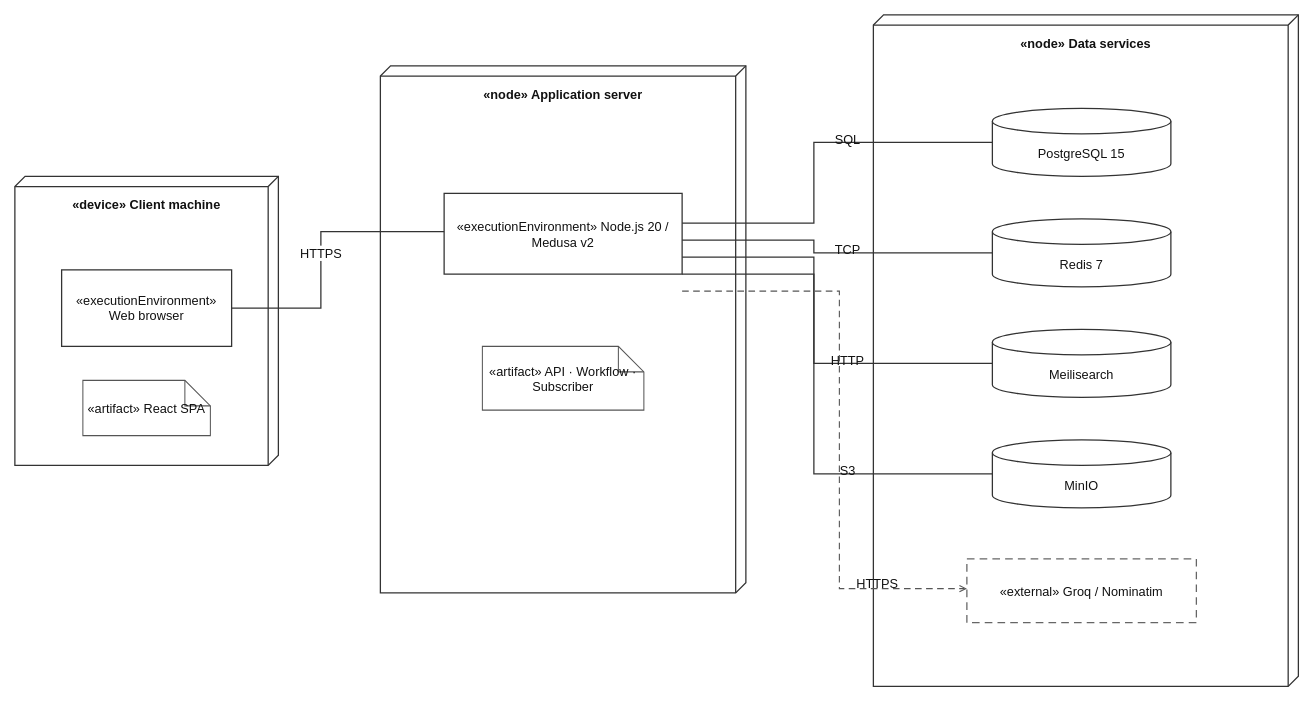
Above: docs/report/diagrams/deployment.drawio in pathust/mong.fruitboxz (draw.io), before the change. Source tidied: cells renumbered, new cells numbered last; positions are measured from the earlier drawing's top-left corner, leaving out a move shared by most shapes. Both pictures are drawn from the tidied source at 85%, with x=0, y=0 at pixel (14, 14).
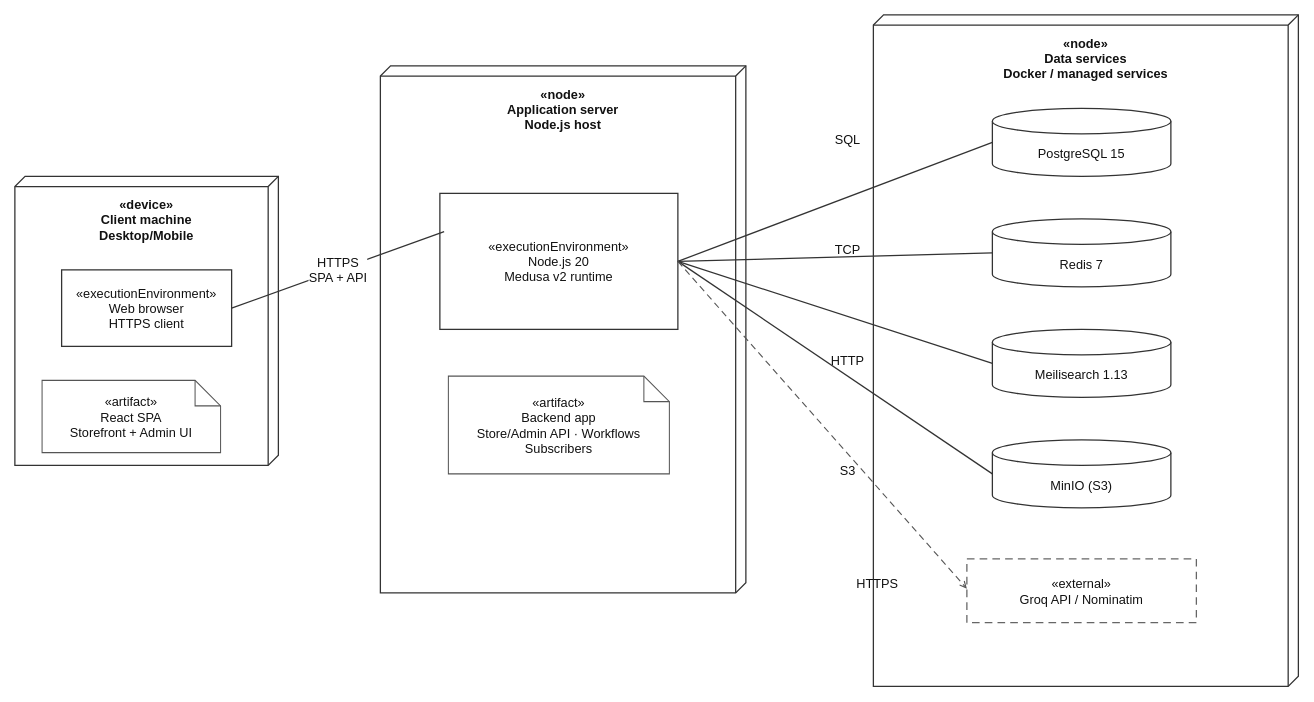
After the change.

The edit, as a diff of the source:
```diff
@@
-    <mxCell id="2" value="«device»&amp;#xa;Client machine" style="shape=cube;size=12;direction=south;whiteSpace=wrap;html=1;fillColor=#FFFFFF;strokeColor=#333333;strokeWidth=1.5;verticalAlign=top;spacingTop=18;fontStyle=1;fontFamily=Arial;fontSize=15;fontColor=#111111;" parent="1" vertex="1">
+    <mxCell id="2" value="«device»&#10;Client machine&#10;Desktop/Mobile" style="shape=cube;size=12;direction=south;whiteSpace=wrap;html=1;fillColor=#FFFFFF;strokeColor=#333333;strokeWidth=1.5;verticalAlign=top;spacingTop=18;fontStyle=1;fontFamily=Arial;fontSize=15;fontColor=#111111;" parent="1" vertex="1">
       <mxGeometry y="190" width="310" height="340" as="geometry" />
     </mxCell>
-    <mxCell id="3" value="«executionEnvironment»&amp;#xa;Web browser" style="rounded=0;whiteSpace=wrap;html=1;fillColor=#FFFFFF;strokeColor=#333333;strokeWidth=1.5;fontFamily=Arial;fontSize=15;fontColor=#111111;" parent="1" vertex="1">
+    <mxCell id="3" value="«executionEnvironment»&#10;Web browser&#10;HTTPS client" style="rounded=0;whiteSpace=wrap;html=1;fillColor=#FFFFFF;strokeColor=#333333;strokeWidth=1.5;fontFamily=Arial;fontSize=15;fontColor=#111111;" parent="1" vertex="1">
       <mxGeometry x="55" y="300" width="200" height="90" as="geometry" />
     </mxCell>
-    <mxCell id="4" value="«artifact»&amp;#xa;React SPA" style="shape=note;whiteSpace=wrap;html=1;backgroundOutline=1;fillColor=#FFFFFF;strokeColor=#555555;strokeWidth=1.2;fontFamily=Arial;fontSize=15;fontColor=#111111;" parent="1" vertex="1">
-      <mxGeometry x="80" y="430" width="150" height="65" as="geometry" />
+    <mxCell id="4" value="«artifact»&#10;React SPA&#10;Storefront + Admin UI" style="shape=note;whiteSpace=wrap;html=1;backgroundOutline=1;fillColor=#FFFFFF;strokeColor=#555555;strokeWidth=1.2;fontFamily=Arial;fontSize=15;fontColor=#111111;" parent="1" vertex="1">
+      <mxGeometry x="32" y="430" width="210" height="85" as="geometry" />
     </mxCell>
-    <mxCell id="5" value="«node»&amp;#xa;Application server" style="shape=cube;size=12;direction=south;whiteSpace=wrap;html=1;fillColor=#FFFFFF;strokeColor=#333333;strokeWidth=1.5;verticalAlign=top;spacingTop=18;fontStyle=1;fontFamily=Arial;fontSize=15;fontColor=#111111;" parent="1" vertex="1">
+    <mxCell id="5" value="«node»&#10;Application server&#10;Node.js host" style="shape=cube;size=12;direction=south;whiteSpace=wrap;html=1;fillColor=#FFFFFF;strokeColor=#333333;strokeWidth=1.5;verticalAlign=top;spacingTop=18;fontStyle=1;fontFamily=Arial;fontSize=15;fontColor=#111111;" parent="1" vertex="1">
       <mxGeometry x="430" y="60" width="430" height="620" as="geometry" />
     </mxCell>
-    <mxCell id="6" value="«executionEnvironment»&amp;#xa;Node.js 20 / Medusa v2" style="rounded=0;whiteSpace=wrap;html=1;fillColor=#FFFFFF;strokeColor=#333333;strokeWidth=1.5;fontFamily=Arial;fontSize=15;fontColor=#111111;" parent="1" vertex="1">
-      <mxGeometry x="505" y="210" width="280" height="95" as="geometry" />
+    <mxCell id="6" value="«executionEnvironment»&#10;Node.js 20&#10;Medusa v2 runtime" style="rounded=0;whiteSpace=wrap;html=1;fillColor=#FFFFFF;strokeColor=#333333;strokeWidth=1.5;fontFamily=Arial;fontSize=15;fontColor=#111111;" parent="1" vertex="1">
+      <mxGeometry x="500" y="210" width="280" height="160" as="geometry" />
     </mxCell>
-    <mxCell id="7" value="«artifact»&amp;#xa;API · Workflow · Subscriber" style="shape=note;whiteSpace=wrap;html=1;backgroundOutline=1;fillColor=#FFFFFF;strokeColor=#555555;strokeWidth=1.2;fontFamily=Arial;fontSize=15;fontColor=#111111;" parent="1" vertex="1">
-      <mxGeometry x="550" y="390" width="190" height="75" as="geometry" />
+    <mxCell id="7" value="«artifact»&#10;Backend app&#10;Store/Admin API · Workflows&#10;Subscribers" style="shape=note;whiteSpace=wrap;html=1;backgroundOutline=1;fillColor=#FFFFFF;strokeColor=#555555;strokeWidth=1.2;fontFamily=Arial;fontSize=15;fontColor=#111111;" parent="1" vertex="1">
+      <mxGeometry x="510" y="425" width="260" height="115" as="geometry" />
     </mxCell>
-    <mxCell id="8" value="«node»&amp;#xa;Data services" style="shape=cube;size=12;direction=south;whiteSpace=wrap;html=1;fillColor=#FFFFFF;strokeColor=#333333;strokeWidth=1.5;verticalAlign=top;spacingTop=18;fontStyle=1;fontFamily=Arial;fontSize=15;fontColor=#111111;" parent="1" vertex="1">
+    <mxCell id="8" value="«node»&#10;Data services&#10;Docker / managed services" style="shape=cube;size=12;direction=south;whiteSpace=wrap;html=1;fillColor=#FFFFFF;strokeColor=#333333;strokeWidth=1.5;verticalAlign=top;spacingTop=18;fontStyle=1;fontFamily=Arial;fontSize=15;fontColor=#111111;" parent="1" vertex="1">
       <mxGeometry x="1010" width="500" height="790" as="geometry" />
     </mxCell>
@@
-    <mxCell id="11" value="Meilisearch" style="shape=cylinder3;whiteSpace=wrap;html=1;boundedLbl=1;backgroundOutline=1;fillColor=#FFFFFF;strokeColor=#333333;strokeWidth=1.5;fontFamily=Arial;fontSize=15;fontColor=#111111;" parent="1" vertex="1">
+    <mxCell id="11" value="Meilisearch 1.13" style="shape=cylinder3;whiteSpace=wrap;html=1;boundedLbl=1;backgroundOutline=1;fillColor=#FFFFFF;strokeColor=#333333;strokeWidth=1.5;fontFamily=Arial;fontSize=15;fontColor=#111111;" parent="1" vertex="1">
       <mxGeometry x="1150" y="370" width="210" height="80" as="geometry" />
     </mxCell>
-    <mxCell id="12" value="MinIO" style="shape=cylinder3;whiteSpace=wrap;html=1;boundedLbl=1;backgroundOutline=1;fillColor=#FFFFFF;strokeColor=#333333;strokeWidth=1.5;fontFamily=Arial;fontSize=15;fontColor=#111111;" parent="1" vertex="1">
+    <mxCell id="12" value="MinIO (S3)" style="shape=cylinder3;whiteSpace=wrap;html=1;boundedLbl=1;backgroundOutline=1;fillColor=#FFFFFF;strokeColor=#333333;strokeWidth=1.5;fontFamily=Arial;fontSize=15;fontColor=#111111;" parent="1" vertex="1">
       <mxGeometry x="1150" y="500" width="210" height="80" as="geometry" />
     </mxCell>
-    <mxCell id="13" value="«external»&amp;#xa;Groq / Nominatim" style="rounded=0;whiteSpace=wrap;html=1;fillColor=#FFFFFF;strokeColor=#666666;strokeWidth=1.5;dashed=1;dashPattern=6 4;fontFamily=Arial;fontSize=15;fontColor=#111111;" parent="1" vertex="1">
+    <mxCell id="13" value="«external»&#10;Groq API / Nominatim" style="rounded=0;whiteSpace=wrap;html=1;fillColor=#FFFFFF;strokeColor=#666666;strokeWidth=1.5;dashed=1;dashPattern=6 4;fontFamily=Arial;fontSize=15;fontColor=#111111;" parent="1" vertex="1">
       <mxGeometry x="1120" y="640" width="270" height="75" as="geometry" />
     </mxCell>
-    <mxCell id="14" value="HTTPS" style="edgeStyle=orthogonalEdgeStyle;rounded=0;orthogonalLoop=1;jettySize=auto;html=1;endArrow=none;strokeColor=#333333;strokeWidth=1.3;fontFamily=Arial;fontSize=15;fontColor=#111111;strokeWidth=1.5;" parent="1" edge="1">
+    <mxCell id="14" value="HTTPS&#10;SPA + API" style="rounded=0;orthogonalLoop=1;jettySize=auto;html=1;endArrow=none;strokeColor=#333333;strokeWidth=1.3;fontFamily=Arial;fontSize=15;fontColor=#111111;strokeWidth=1.5;" parent="1" edge="1">
       <mxGeometry relative="1" as="geometry">
         <mxPoint x="255" y="345" as="sourcePoint" />
         <mxPoint x="505" y="255" as="targetPoint" />
-        <Array as="points">
-          <mxPoint x="360" y="345" />
-          <mxPoint x="360" y="255" />
-        </Array>
       </mxGeometry>
     </mxCell>
-    <mxCell id="15" style="edgeStyle=orthogonalEdgeStyle;rounded=0;orthogonalLoop=1;jettySize=auto;html=1;endArrow=none;strokeColor=#333333;strokeWidth=1.3;fontFamily=Arial;fontSize=15;fontColor=#111111;strokeWidth=1.5;" parent="1" edge="1">
+    <mxCell id="15" style="rounded=0;jettySize=auto;html=1;endArrow=none;strokeColor=#333333;strokeWidth=1.3;fontFamily=Arial;fontSize=15;fontColor=#111111;strokeWidth=1.5;exitX=1;exitY=0.5;exitDx=0;exitDy=0;" parent="1" edge="1" source="6">
       <mxGeometry relative="1" as="geometry">
-        <mxPoint x="785" y="245" as="sourcePoint" />
         <mxPoint x="1150" y="150" as="targetPoint" />
-        <Array as="points">
-          <mxPoint x="940" y="245" />
-          <mxPoint x="940" y="150" />
-        </Array>
       </mxGeometry>
     </mxCell>
@@
-    <mxCell id="17" style="edgeStyle=orthogonalEdgeStyle;rounded=0;orthogonalLoop=1;jettySize=auto;html=1;endArrow=none;strokeColor=#333333;strokeWidth=1.3;fontFamily=Arial;fontSize=15;fontColor=#111111;strokeWidth=1.5;" parent="1" edge="1">
+    <mxCell id="17" style="rounded=0;jettySize=auto;html=1;endArrow=none;strokeColor=#333333;strokeWidth=1.3;fontFamily=Arial;fontSize=15;fontColor=#111111;strokeWidth=1.5;exitX=1;exitY=0.5;exitDx=0;exitDy=0;" parent="1" edge="1" source="6">
       <mxGeometry relative="1" as="geometry">
-        <mxPoint x="785" y="265" as="sourcePoint" />
         <mxPoint x="1150" y="280" as="targetPoint" />
-        <Array as="points">
-          <mxPoint x="940" y="265" />
-          <mxPoint x="940" y="280" />
-        </Array>
       </mxGeometry>
     </mxCell>
@@
-    <mxCell id="19" style="edgeStyle=orthogonalEdgeStyle;rounded=0;orthogonalLoop=1;jettySize=auto;html=1;endArrow=none;strokeColor=#333333;strokeWidth=1.3;fontFamily=Arial;fontSize=15;fontColor=#111111;strokeWidth=1.5;" parent="1" edge="1">
+    <mxCell id="19" style="rounded=0;jettySize=auto;html=1;endArrow=none;strokeColor=#333333;strokeWidth=1.3;fontFamily=Arial;fontSize=15;fontColor=#111111;strokeWidth=1.5;exitX=1;exitY=0.5;exitDx=0;exitDy=0;" parent="1" edge="1" source="6">
       <mxGeometry relative="1" as="geometry">
-        <mxPoint x="785" y="285" as="sourcePoint" />
         <mxPoint x="1150" y="410" as="targetPoint" />
-        <Array as="points">
-          <mxPoint x="940" y="285" />
-          <mxPoint x="940" y="410" />
-        </Array>
       </mxGeometry>
     </mxCell>
@@
-    <mxCell id="21" style="edgeStyle=orthogonalEdgeStyle;rounded=0;orthogonalLoop=1;jettySize=auto;html=1;endArrow=none;strokeColor=#333333;strokeWidth=1.3;fontFamily=Arial;fontSize=15;fontColor=#111111;strokeWidth=1.5;" parent="1" edge="1">
+    <mxCell id="21" style="rounded=0;jettySize=auto;html=1;endArrow=none;strokeColor=#333333;strokeWidth=1.3;fontFamily=Arial;fontSize=15;fontColor=#111111;strokeWidth=1.5;exitX=1;exitY=0.5;exitDx=0;exitDy=0;" parent="1" edge="1" source="6">
       <mxGeometry relative="1" as="geometry">
-        <mxPoint x="785" y="305" as="sourcePoint" />
         <mxPoint x="1150" y="540" as="targetPoint" />
-        <Array as="points">
-          <mxPoint x="940" y="305" />
-          <mxPoint x="940" y="540" />
-        </Array>
       </mxGeometry>
     </mxCell>
@@
-    <mxCell id="23" style="edgeStyle=orthogonalEdgeStyle;rounded=0;orthogonalLoop=1;jettySize=auto;html=1;endArrow=open;endFill=0;dashed=1;dashPattern=6 4;strokeColor=#555555;strokeWidth=1.3;fontFamily=Arial;fontSize=15;fontColor=#111111;" parent="1" edge="1">
+    <mxCell id="23" style="rounded=0;jettySize=auto;html=1;endArrow=open;endFill=0;dashed=1;dashPattern=6 4;strokeColor=#555555;strokeWidth=1.3;fontFamily=Arial;fontSize=15;fontColor=#111111;exitX=1;exitY=0.5;exitDx=0;exitDy=0;" parent="1" edge="1" source="6">
       <mxGeometry relative="1" as="geometry">
-        <mxPoint x="785" y="325" as="sourcePoint" />
         <mxPoint x="1120" y="675" as="targetPoint" />
-        <Array as="points">
-          <mxPoint x="970" y="325" />
-          <mxPoint x="970" y="675" />
-        </Array>
       </mxGeometry>
     </mxCell>
```
